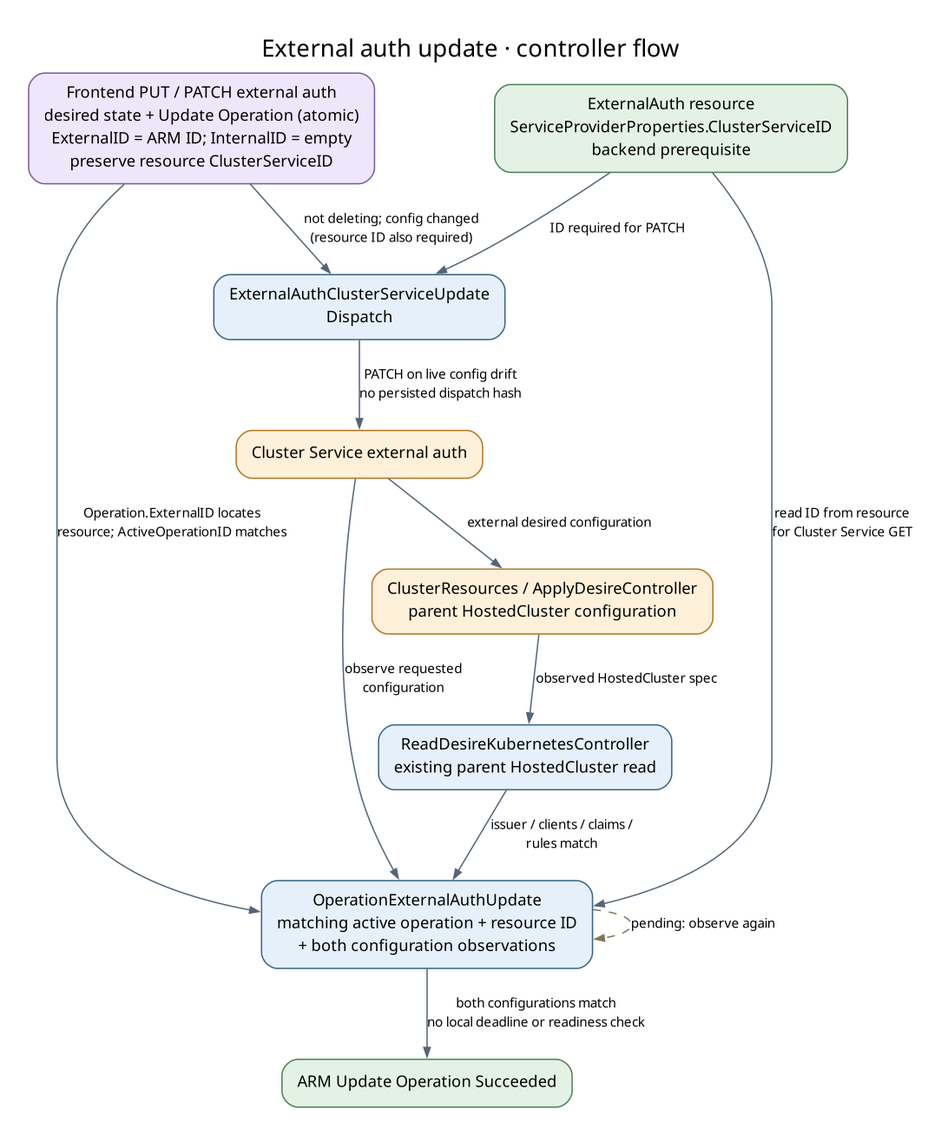
Before: docs/generated/diagrams/controller-flows/externalauth-update.png, a diagram exported from Graphviz (Azure/ARO-HCP). Its source is kept beside it as docs/generated/diagrams/controller-flows/externalauth-update.dot.
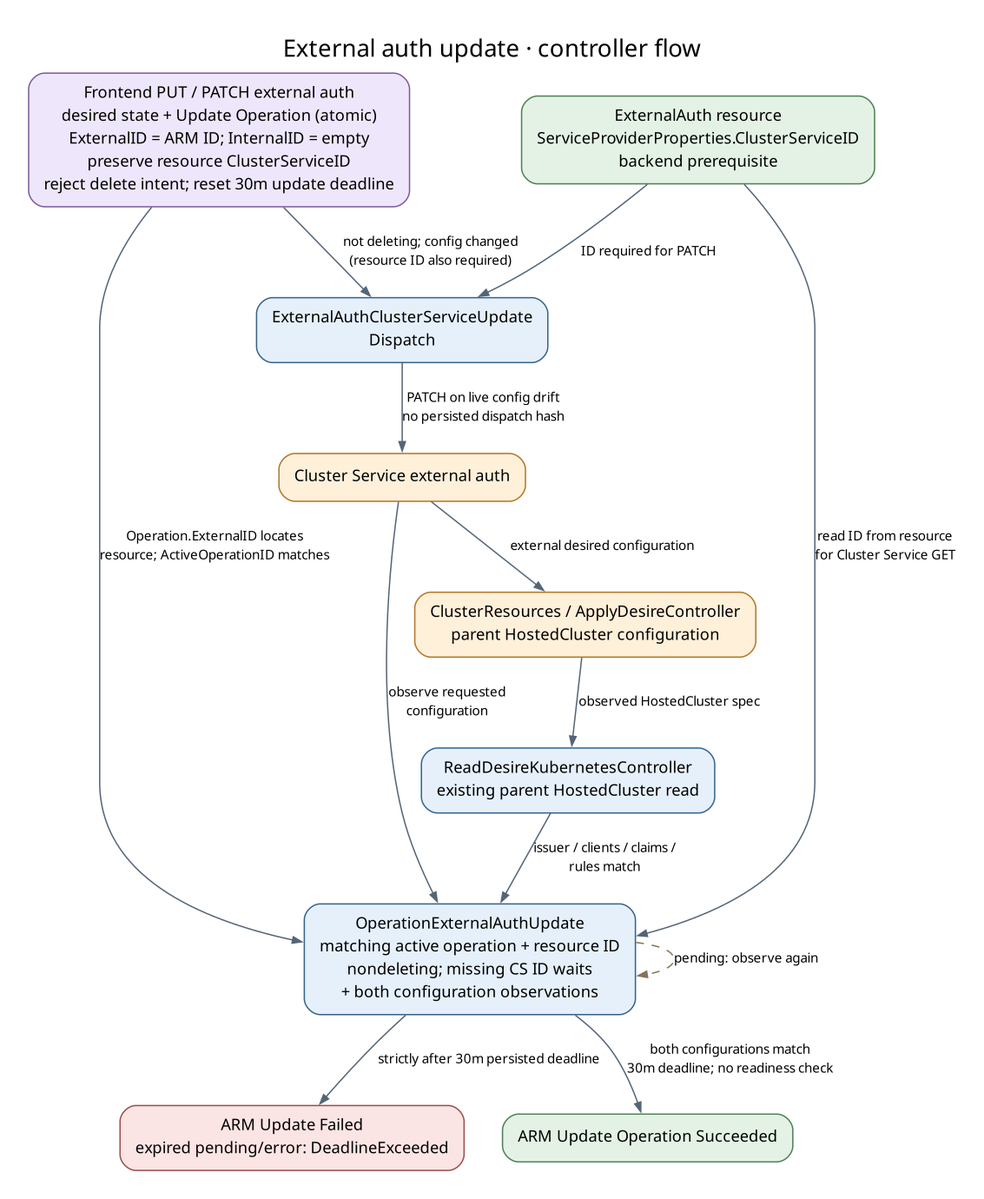
Above is the later version.

Diff of the diagram source:
```diff
@@ -2,11 +2,13 @@
   graph [rankdir=TB, bgcolor="white", pad="0.3", nodesep="0.4", ranksep="0.55", fontname="DejaVu Sans", fontsize=18, labelloc=t, label="External auth update · controller flow", dpi=110];
   node [shape=box, style="rounded,filled", fillcolor="#e6f0fa", color="#35648a", fontname="DejaVu Sans", fontsize=12, margin="0.16,0.10"];
   edge [color="#536577", fontname="DejaVu Sans", fontsize=10, arrowsize=0.7];
-  api [label="Frontend PUT / PATCH external auth\ndesired state + Update Operation (atomic)\nExternalID = ARM ID; InternalID = empty\npreserve resource ClusterServiceID", fillcolor="#eee7fb", color="#7b59a4"];
+  api [label="Frontend PUT / PATCH external auth\ndesired state + Update Operation (atomic)\nExternalID = ARM ID; InternalID = empty\npreserve resource ClusterServiceID\nreject delete intent; reset 30m update deadline", fillcolor="#eee7fb", color="#7b59a4"];
   child [label="ExternalAuth resource\nServiceProviderProperties.ClusterServiceID\nbackend prerequisite", fillcolor="#e4f2e5", color="#4c8053"];
   dispatch [label="ExternalAuthClusterServiceUpdate\nDispatch", fillcolor="#e6f0fa", color="#35648a"];
   cs [label="Cluster Service external auth", fillcolor="#fff0da", color="#b27624"];
-  op [label="OperationExternalAuthUpdate\nmatching active operation + resource ID\n+ both configuration observations", fillcolor="#e6f0fa", color="#35648a"];
+  op [label="OperationExternalAuthUpdate\nmatching active operation + resource ID\nnondeleting; missing CS ID waits\n+ both configuration observations", fillcolor="#e6f0fa", color="#35648a"];
+  failed [label="ARM Update Failed\nexpired pending/error: DeadlineExceeded", fillcolor="#fbe4e4", color="#9b4d4d"];
+  op -> failed [label="strictly after 30m persisted deadline"];
   done [label="ARM Update Operation Succeeded", fillcolor="#e4f2e5", color="#4c8053"];
   external [label="ClusterResources / ApplyDesireController\nparent HostedCluster configuration", fillcolor="#fff0da", color="#b27624"];
   mirror [label="ReadDesireKubernetesController\nexisting parent HostedCluster read", fillcolor="#e6f0fa", color="#35648a"];
@@ -16,7 +18,7 @@
   api -> op [label="Operation.ExternalID locates\nresource; ActiveOperationID matches"];
   dispatch -> cs [label="PATCH on live config drift\nno persisted dispatch hash"];
   cs -> op [label="observe requested\nconfiguration"];
-  op -> done [label="both configurations match\nno local deadline or readiness check"];
+  op -> done [label="both configurations match\n30m deadline; no readiness check"];
   cs -> external [label="external desired configuration"];
   external -> mirror [label="observed HostedCluster spec"];
   mirror -> op [label="issuer / clients / claims /\nrules match"];
```
